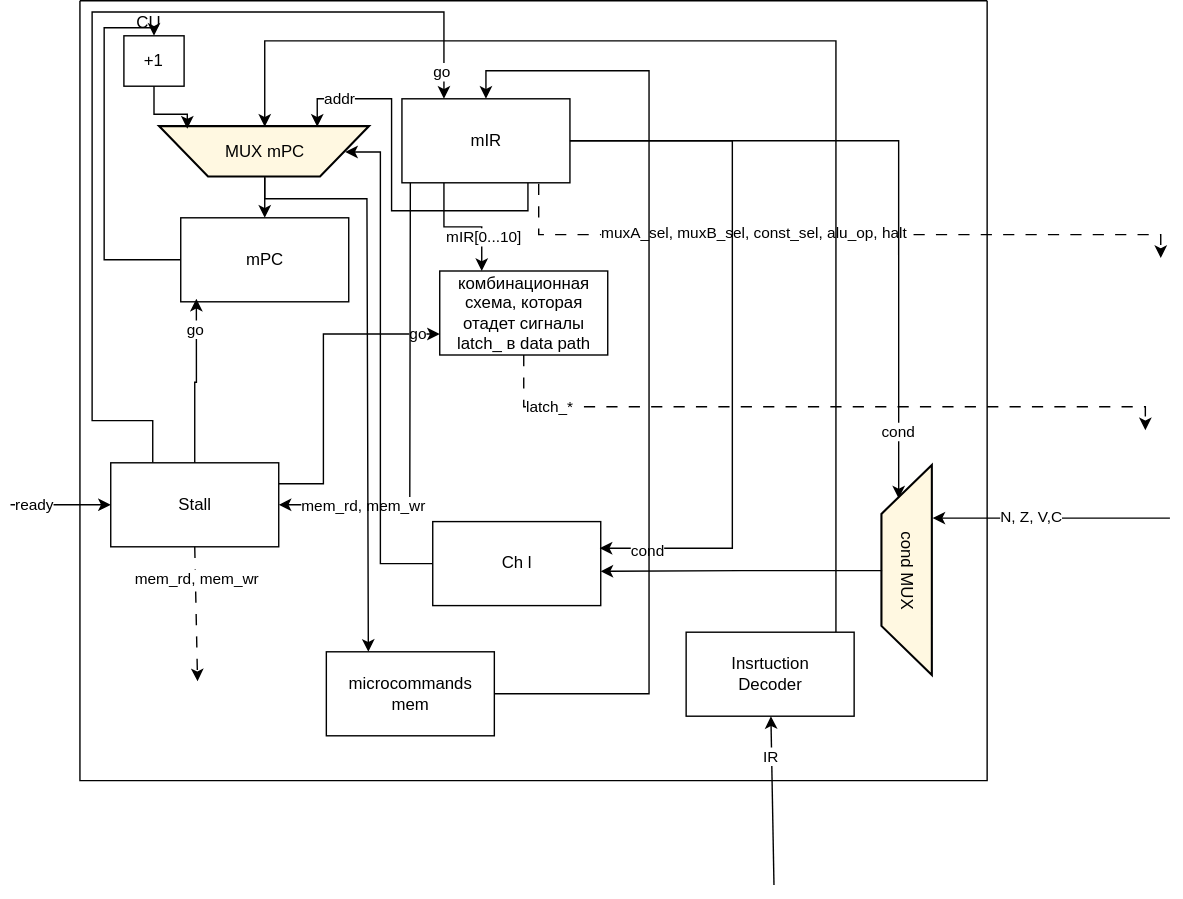
Earlier version of the draw.io export docs/scheme-Page-2.drawio.svg (MKoblents/mz). Source tidied: cells renumbered, new cells last; positions are measured from the earlier drawing's top-left corner, leaving out a move shared by most shapes.
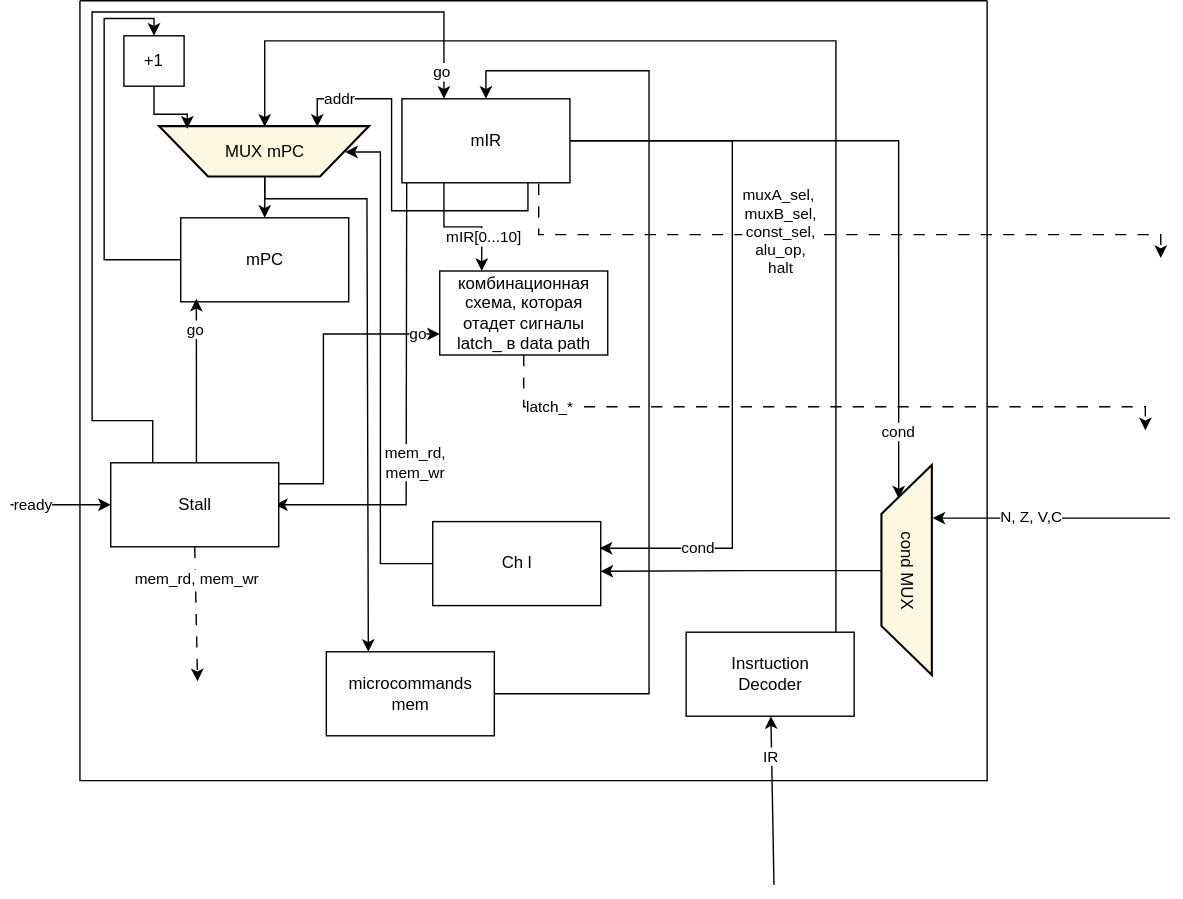
The same diagram one commit later.

Commit message:
scheme corrected

Diff of the diagram source:
```diff
@@ -6,11 +6,11 @@
       <mxGeometry x="49.6" width="648" height="557" as="geometry" />
     </mxCell>
     <mxCell id="3" style="edgeStyle=orthogonalEdgeStyle;rounded=0;jettySize=auto;html=1;entryX=0.5;entryY=0;entryDx=0;entryDy=0;defaultLabelBackgroundColor=page;" parent="2" edge="1" source="4" target="18">
-      <mxGeometry x="0.15" relative="1" as="geometry">
+      <mxGeometry x="0.1" relative="1" as="geometry">
         <Array as="points">
           <mxPoint x="17.3" y="185" />
-          <mxPoint x="17.3" y="19.3" />
-          <mxPoint x="52.9" y="19.3" />
+          <mxPoint x="17.3" y="12.6" />
+          <mxPoint x="52.9" y="12.6" />
         </Array>
       </mxGeometry>
     </mxCell>
@@ -42,17 +42,19 @@
     <mxCell id="8" value="addr" style="edgeLabel;html=1;align=center;verticalAlign=middle;inheritText=1;defaultLabelBackgroundColor=page;" parent="7" vertex="1">
       <mxGeometry x="0.74" y="-1" relative="1" as="geometry" />
     </mxCell>
-    <mxCell id="9" style="edgeStyle=orthogonalEdgeStyle;rounded=0;jettySize=auto;html=1;exitX=0.05;exitY=1.024;exitDx=0;exitDy=0;entryX=1;entryY=0.5;entryDx=0;entryDy=0;defaultLabelBackgroundColor=page;exitPerimeter=0;" parent="2" edge="1" source="13" target="33">
+    <mxCell id="9" style="edgeStyle=orthogonalEdgeStyle;rounded=0;orthogonalLoop=1;jettySize=auto;html=1;exitX=0.05;exitY=1.024;exitDx=0;exitDy=0;entryX=1;entryY=0.5;entryDx=0;entryDy=0;defaultLabelBackgroundColor=page;exitPerimeter=0;" parent="2" edge="1">
       <mxGeometry x="0.04" relative="1" as="geometry">
+        <mxPoint x="233.4" y="131.4" as="sourcePoint" />
+        <mxPoint x="139.4" y="360" as="targetPoint" />
         <Array as="points">
-          <mxPoint x="236" y="130" />
-          <mxPoint x="235.6" y="272" />
+          <mxPoint x="233.4" y="130" />
+          <mxPoint x="233" y="272" />
         </Array>
       </mxGeometry>
     </mxCell>
-    <mxCell id="10" value="mem_rd, mem_wr" style="edgeLabel;html=1;align=center;verticalAlign=middle;inheritText=1;defaultLabelBackgroundColor=page;" parent="9" vertex="1">
+    <mxCell id="10" value="mem_rd, &lt;br&gt;mem_wr" style="edgeLabel;html=1;align=center;verticalAlign=middle;inheritText=1;defaultLabelBackgroundColor=page;" parent="9" vertex="1">
       <mxGeometry x="0.89" y="-1" relative="1" as="geometry">
-        <mxPoint x="42" y="1" as="offset" />
+        <mxPoint x="81" y="-29" as="offset" />
       </mxGeometry>
     </mxCell>
     <mxCell id="11" style="edgeStyle=orthogonalEdgeStyle;rounded=0;jettySize=auto;html=1;exitX=0.25;exitY=1;exitDx=0;exitDy=0;entryX=0.25;entryY=0;entryDx=0;entryDy=0;defaultLabelBackgroundColor=page;" parent="2" edge="1" source="13" target="36">
@@ -127,7 +129,9 @@
       </mxGeometry>
     </mxCell>
     <mxCell id="28" value="cond" style="edgeLabel;html=1;align=center;verticalAlign=middle;inheritText=1;defaultLabelBackgroundColor=page;" parent="27" vertex="1">
-      <mxGeometry x="0.87" y="1" relative="1" as="geometry" />
+      <mxGeometry x="0.87" y="1" relative="1" as="geometry">
+        <mxPoint x="36" y="-2" as="offset" />
+      </mxGeometry>
     </mxCell>
     <mxCell id="29" style="edgeStyle=orthogonalEdgeStyle;rounded=0;jettySize=auto;html=1;exitX=0.25;exitY=0;exitDx=0;exitDy=0;entryX=0.25;entryY=0;entryDx=0;entryDy=0;defaultLabelBackgroundColor=page;" parent="2" edge="1" source="33" target="13">
       <mxGeometry x="-0.14" relative="1" as="geometry">
@@ -165,17 +169,22 @@
         </Array>
       </mxGeometry>
     </mxCell>
-    <mxCell id="35" value="latch_*" style="edgeLabel;html=1;align=center;verticalAlign=middle;inheritText=1;defaultLabelBackgroundColor=page;" parent="34" vertex="1">
+    <mxCell id="35" value="latch_*" style="edgeLabel;html=1;align=center;verticalAlign=middle;inheritText=fontFamily,fontSize,fontStyle,textOpacity,labelBorderColor,labelBorderWidth,labelBackgroundColor,defaultLabelBackgroundColor,labelPadding;defaultLabelBackgroundColor=page;fontColor=light-dark(#000000,#FFD966);" parent="34" vertex="1">
       <mxGeometry x="-0.78" y="1" relative="1" as="geometry" />
     </mxCell>
     <mxCell id="36" value="комбинационная схема, которая отадет сигналы latch_ в data path" style="rounded=0;whiteSpace=wrap;html=1;" parent="2" vertex="1">
       <mxGeometry x="257" y="193" width="120" height="60" as="geometry" />
     </mxCell>
     <mxCell id="37" style="edgeStyle=orthogonalEdgeStyle;rounded=0;jettySize=auto;html=1;entryX=0.093;entryY=0.964;entryDx=0;entryDy=0;entryPerimeter=0;defaultLabelBackgroundColor=page;" parent="2" edge="1" source="33" target="4">
-      <mxGeometry relative="1" as="geometry" />
+      <mxGeometry x="-0.01" relative="1" as="geometry">
+        <Array as="points">
+          <mxPoint x="83.2" y="290.6" />
+          <mxPoint x="83.2" y="290.6" />
+        </Array>
+      </mxGeometry>
     </mxCell>
     <mxCell id="38" value="go" style="edgeLabel;html=1;align=center;verticalAlign=middle;inheritText=1;defaultLabelBackgroundColor=page;" parent="37" vertex="1">
-      <mxGeometry x="0.63" y="1" relative="1" as="geometry" />
+      <mxGeometry x="0.64" y="1" relative="1" as="geometry" />
     </mxCell>
     <mxCell id="39" style="edgeStyle=orthogonalEdgeStyle;rounded=0;jettySize=auto;html=1;defaultLabelBackgroundColor=page;strokeColor=light-dark(#000000,#0000CC);dashed=1;dashPattern=8 8;exitX=0.814;exitY=1.012;exitDx=0;exitDy=0;exitPerimeter=0;" parent="2" edge="1" source="13">
       <mxGeometry relative="1" as="geometry">
@@ -186,9 +195,9 @@
         </Array>
       </mxGeometry>
     </mxCell>
-    <mxCell id="40" value="&lt;p&gt;muxA_sel,&amp;nbsp;&lt;span style=&quot;background-color: transparent;&quot;&gt;muxB_sel, const_sel, alu_op, halt&lt;/span&gt;&lt;/p&gt;" style="edgeLabel;html=1;align=center;verticalAlign=middle;inheritText=fontFamily,fontSize,fontStyle,textOpacity,labelBorderColor,labelBorderWidth,labelBackgroundColor,defaultLabelBackgroundColor,labelPadding;defaultLabelBackgroundColor=page;fontColor=light-dark(#000000,#FFD966);" parent="39" vertex="1">
+    <mxCell id="40" value="&lt;p&gt;muxA_sel,&amp;nbsp;&lt;br&gt;&lt;span style=&quot;background-color: transparent;&quot;&gt;muxB_sel, &lt;br&gt;const_sel, &lt;br&gt;alu_op, &lt;br&gt;halt&lt;/span&gt;&lt;/p&gt;" style="edgeLabel;html=1;align=center;verticalAlign=middle;inheritText=fontFamily,fontSize,fontStyle,textOpacity,labelBorderColor,labelBorderWidth,labelBackgroundColor,defaultLabelBackgroundColor,labelPadding;defaultLabelBackgroundColor=page;fontColor=light-dark(#000000,#FFD966);" parent="39" vertex="1">
       <mxGeometry x="-0.78" y="1" relative="1" as="geometry">
-        <mxPoint x="134" y="-1" as="offset" />
+        <mxPoint x="153" y="-1" as="offset" />
       </mxGeometry>
     </mxCell>
     <mxCell id="41" style="endArrow=classic;html=1;rounded=0;defaultLabelBackgroundColor=page;exitX=0.5;exitY=1;exitDx=0;exitDy=0;dashed=1;dashPattern=8 8;strokeColor=light-dark(#000000,#0000CC);" parent="2" edge="1" source="33">
@@ -223,8 +232,5 @@
     <mxCell id="48" value="ready" style="edgeLabel;html=1;align=center;verticalAlign=middle;inheritText=1;defaultLabelBackgroundColor=page;" parent="47" vertex="1">
       <mxGeometry x="-0.54" y="1" relative="1" as="geometry" />
     </mxCell>
-    <mxCell id="49" value="CU" style="text;html=1;whiteSpace=wrap;strokeColor=none;fillColor=none;align=center;verticalAlign=middle;rounded=0;" parent="1" vertex="1">
-      <mxGeometry x="68.6" y="1" width="60" height="30" as="geometry" />
-    </mxCell>
   </root>
 </mxGraphModel>
```
